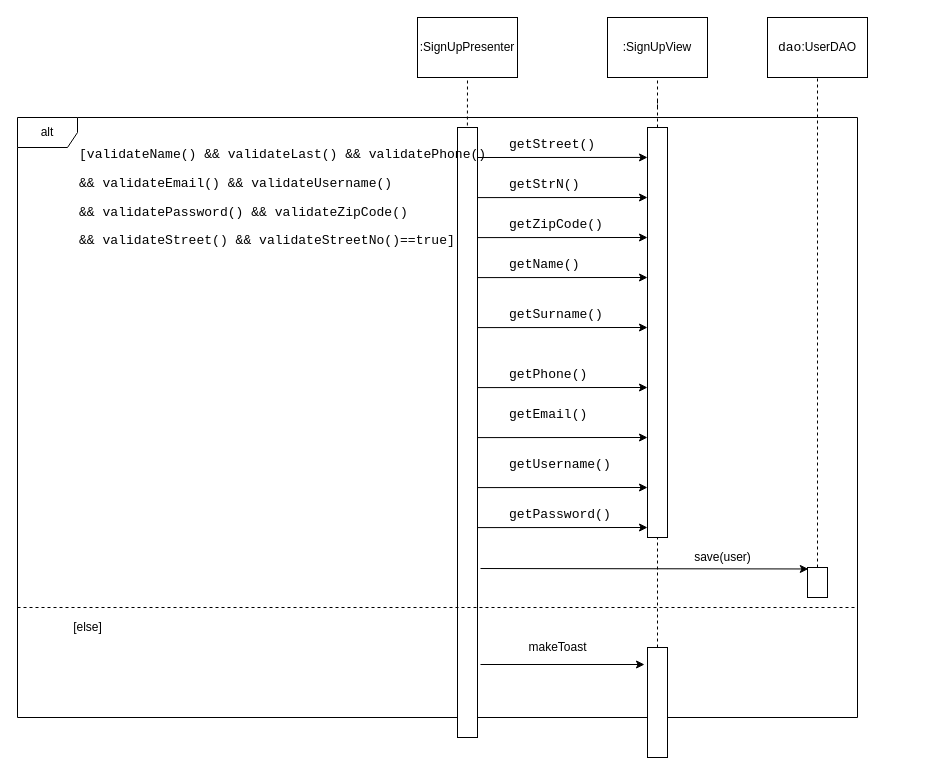
The draw.io diagram R4_Diagrams/Sequence Diagrams/SignUpSD.drawio in ntinouldinho/Parking-App, before the edit. Source tidied: cells renumbered, new cells numbered last; positions are measured from the earlier drawing's top-left corner, leaving out a move shared by most shapes. Both pictures are drawn from the tidied source at 100%, with x=0, y=0 at pixel (17, 17).
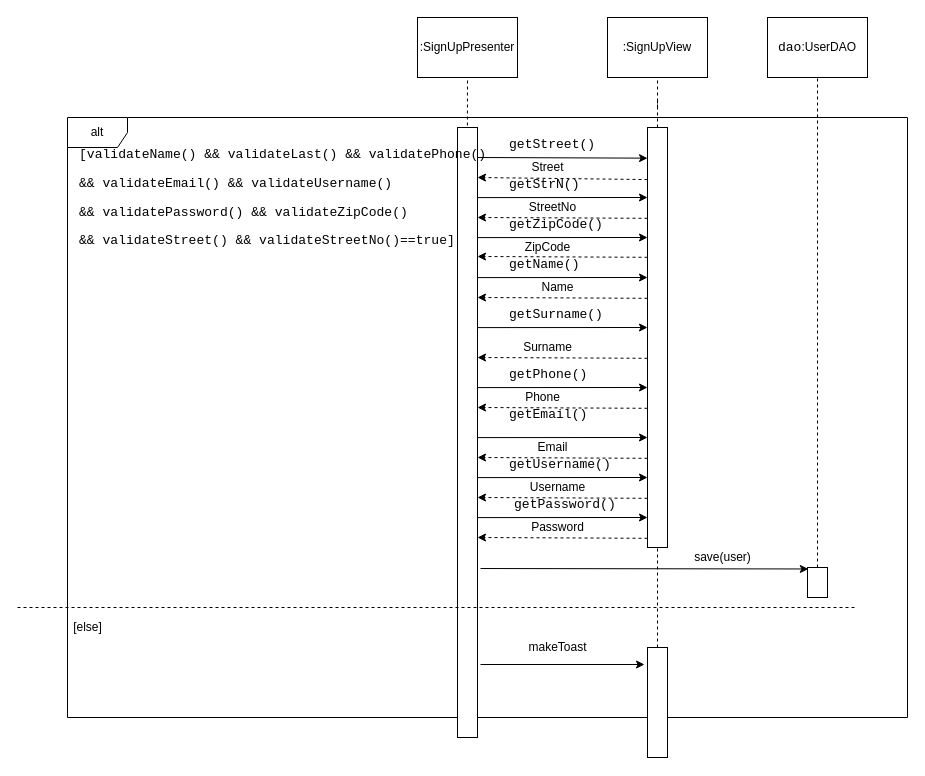
Above is the later version.

Unchanged cells that the change refers to:
```xml
<mxCell id="36" style="rounded=0;whiteSpace=wrap;html=1;" parent="1" vertex="1">
  <mxGeometry x="630" y="630" width="20" height="110" as="geometry" />
</mxCell>
```

Diff of the diagram source:
```diff
@@
     <mxCell id="2" value="alt" style="shape=umlFrame;whiteSpace=wrap;html=1;" parent="1" vertex="1">
-      <mxGeometry y="100" width="840" height="600" as="geometry" />
+      <mxGeometry x="50" y="100" width="840" height="600" as="geometry" />
     </mxCell>
@@
     <mxCell id="12" style="rounded=0;whiteSpace=wrap;html=1;" parent="1" vertex="1">
-      <mxGeometry x="630" y="110" width="20" height="410" as="geometry" />
+      <mxGeometry x="630" y="110" width="20" height="420" as="geometry" />
     </mxCell>
@@
     <mxCell id="21" value="&lt;pre style=&quot;font-family: &amp;#34;consolas&amp;#34; ; font-size: 9.8pt&quot;&gt;getPassword()&lt;/pre&gt;" style="text;whiteSpace=wrap;html=1;" parent="1" vertex="1">
-      <mxGeometry x="490" y="470" width="120" height="60" as="geometry" />
+      <mxGeometry x="495" y="460" width="120" height="60" as="geometry" />
     </mxCell>
@@
     <mxCell id="25" style="endArrow=none;dashed=1;html=1;" parent="1" edge="1" source="36">
       <mxGeometry relative="1" as="geometry">
-        <mxPoint x="640" y="520" as="targetPoint" />
+        <mxPoint x="640" y="530" as="targetPoint" />
       </mxGeometry>
     </mxCell>
@@
     <mxCell id="33" style="endArrow=classic;html=1;entryX=0;entryY=0.073;entryDx=0;entryDy=0;entryPerimeter=0;" parent="1" edge="1">
       <mxGeometry relative="1" as="geometry">
-        <mxPoint x="460" y="470.1" as="sourcePoint" />
-        <mxPoint x="630" y="470" as="targetPoint" />
+        <mxPoint x="460" y="460.1" as="sourcePoint" />
+        <mxPoint x="630" y="460" as="targetPoint" />
       </mxGeometry>
     </mxCell>
     <mxCell id="34" style="endArrow=classic;html=1;entryX=0;entryY=0.073;entryDx=0;entryDy=0;entryPerimeter=0;" parent="1" edge="1">
       <mxGeometry relative="1" as="geometry">
-        <mxPoint x="460" y="510.1" as="sourcePoint" />
-        <mxPoint x="630" y="510" as="targetPoint" />
+        <mxPoint x="460" y="500.1" as="sourcePoint" />
+        <mxPoint x="630" y="500" as="targetPoint" />
       </mxGeometry>
     </mxCell>
@@
+    <mxCell id="41" style="endArrow=classic;html=1;exitX=0;exitY=0.124;exitDx=0;exitDy=0;exitPerimeter=0;dashed=1;" parent="1" edge="1" source="12">
+      <mxGeometry relative="1" as="geometry">
+        <mxPoint x="460" y="160" as="targetPoint" />
+      </mxGeometry>
+    </mxCell>
+    <mxCell id="42" value="Street" style="text;html=1;align=center;verticalAlign=middle;" parent="1" vertex="1">
+      <mxGeometry x="505" y="140" width="50" height="20" as="geometry" />
+    </mxCell>
+    <mxCell id="43" style="endArrow=classic;html=1;exitX=0;exitY=0.124;exitDx=0;exitDy=0;exitPerimeter=0;dashed=1;" parent="1" edge="1">
+      <mxGeometry relative="1" as="geometry">
+        <mxPoint x="630" y="200.8" as="sourcePoint" />
+        <mxPoint x="460" y="200" as="targetPoint" />
+      </mxGeometry>
+    </mxCell>
+    <mxCell id="44" value="StreetNo" style="text;html=1;align=center;verticalAlign=middle;" parent="1" vertex="1">
+      <mxGeometry x="505" y="180" width="60" height="20" as="geometry" />
+    </mxCell>
+    <mxCell id="45" style="endArrow=classic;html=1;exitX=0;exitY=0.124;exitDx=0;exitDy=0;exitPerimeter=0;dashed=1;" parent="1" edge="1">
+      <mxGeometry relative="1" as="geometry">
+        <mxPoint x="630" y="239.8" as="sourcePoint" />
+        <mxPoint x="460" y="239" as="targetPoint" />
+      </mxGeometry>
+    </mxCell>
+    <mxCell id="46" value="ZipCode" style="text;html=1;align=center;verticalAlign=middle;" parent="1" vertex="1">
+      <mxGeometry x="500" y="220" width="60" height="20" as="geometry" />
+    </mxCell>
+    <mxCell id="47" style="endArrow=classic;html=1;exitX=0;exitY=0.124;exitDx=0;exitDy=0;exitPerimeter=0;dashed=1;" parent="1" edge="1">
+      <mxGeometry relative="1" as="geometry">
+        <mxPoint x="630" y="280.8" as="sourcePoint" />
+        <mxPoint x="460" y="280" as="targetPoint" />
+      </mxGeometry>
+    </mxCell>
+    <mxCell id="48" value="Name" style="text;html=1;align=center;verticalAlign=middle;" parent="1" vertex="1">
+      <mxGeometry x="515" y="260" width="50" height="20" as="geometry" />
+    </mxCell>
+    <mxCell id="49" style="endArrow=classic;html=1;exitX=0;exitY=0.124;exitDx=0;exitDy=0;exitPerimeter=0;dashed=1;" parent="1" edge="1">
+      <mxGeometry relative="1" as="geometry">
+        <mxPoint x="630" y="340.8" as="sourcePoint" />
+        <mxPoint x="460" y="340" as="targetPoint" />
+      </mxGeometry>
+    </mxCell>
+    <mxCell id="50" value="Surname" style="text;html=1;align=center;verticalAlign=middle;" parent="1" vertex="1">
+      <mxGeometry x="500" y="320" width="60" height="20" as="geometry" />
+    </mxCell>
+    <mxCell id="51" style="endArrow=classic;html=1;exitX=0;exitY=0.124;exitDx=0;exitDy=0;exitPerimeter=0;dashed=1;" parent="1" edge="1">
+      <mxGeometry relative="1" as="geometry">
+        <mxPoint x="630" y="390.8" as="sourcePoint" />
+        <mxPoint x="460" y="390" as="targetPoint" />
+      </mxGeometry>
+    </mxCell>
+    <mxCell id="52" value="Phone" style="text;html=1;align=center;verticalAlign=middle;" parent="1" vertex="1">
+      <mxGeometry x="500" y="370" width="50" height="20" as="geometry" />
+    </mxCell>
+    <mxCell id="53" style="endArrow=classic;html=1;exitX=0;exitY=0.124;exitDx=0;exitDy=0;exitPerimeter=0;dashed=1;" parent="1" edge="1">
+      <mxGeometry relative="1" as="geometry">
+        <mxPoint x="630" y="440.8" as="sourcePoint" />
+        <mxPoint x="460" y="440" as="targetPoint" />
+      </mxGeometry>
+    </mxCell>
+    <mxCell id="54" value="Email" style="text;html=1;align=center;verticalAlign=middle;" parent="1" vertex="1">
+      <mxGeometry x="510" y="420" width="50" height="20" as="geometry" />
+    </mxCell>
+    <mxCell id="55" style="endArrow=classic;html=1;exitX=0;exitY=0.124;exitDx=0;exitDy=0;exitPerimeter=0;dashed=1;" parent="1" edge="1">
+      <mxGeometry relative="1" as="geometry">
+        <mxPoint x="630" y="480.8" as="sourcePoint" />
+        <mxPoint x="460" y="480" as="targetPoint" />
+      </mxGeometry>
+    </mxCell>
+    <mxCell id="56" value="Username" style="text;html=1;align=center;verticalAlign=middle;" parent="1" vertex="1">
+      <mxGeometry x="505" y="460" width="70" height="20" as="geometry" />
+    </mxCell>
+    <mxCell id="57" style="endArrow=classic;html=1;exitX=0;exitY=0.124;exitDx=0;exitDy=0;exitPerimeter=0;dashed=1;" parent="1" edge="1">
+      <mxGeometry relative="1" as="geometry">
+        <mxPoint x="630" y="520.8" as="sourcePoint" />
+        <mxPoint x="460" y="520" as="targetPoint" />
+      </mxGeometry>
+    </mxCell>
+    <mxCell id="58" value="Password" style="text;html=1;align=center;verticalAlign=middle;" parent="1" vertex="1">
+      <mxGeometry x="505" y="500" width="70" height="20" as="geometry" />
+    </mxCell>
```
